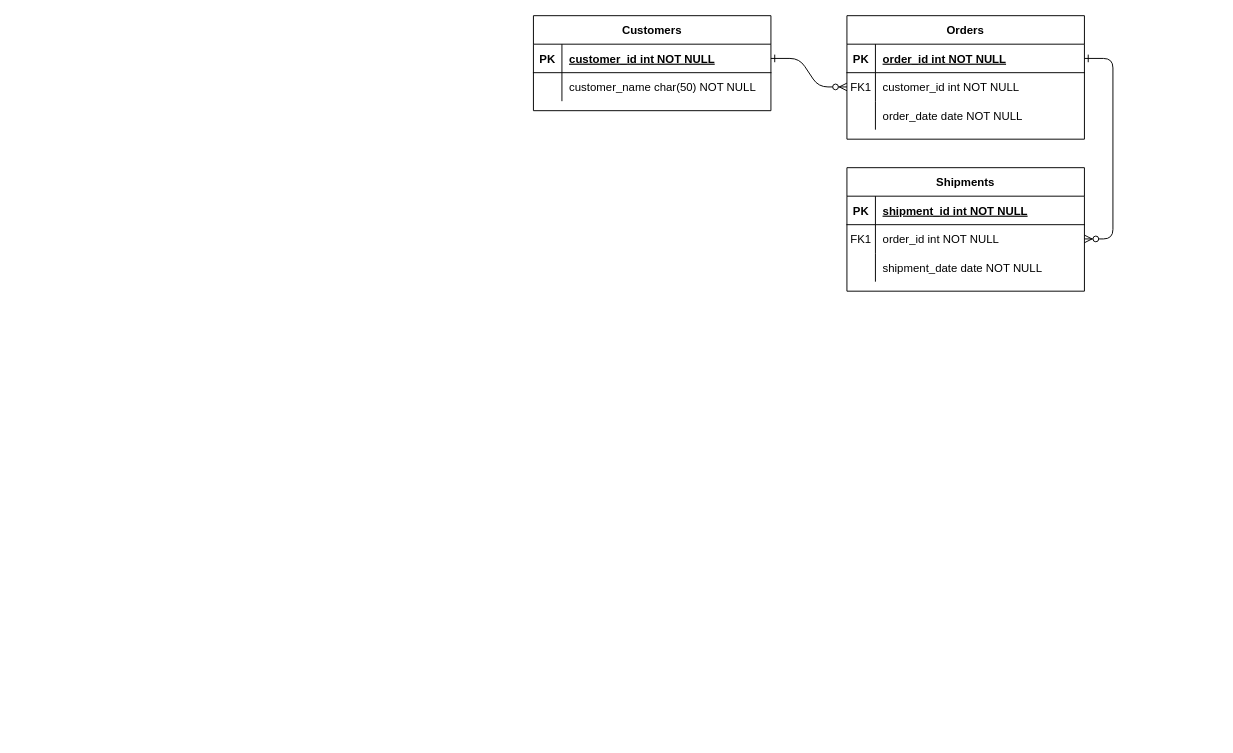
jooooooowon/database- keeps this draw.io diagram as 제목 없는 다이어그램.drawio. Above is the earlier version. Source tidied: cells renumbered, new cells numbered last; positions are measured from the earlier drawing's top-left corner, leaving out a move shared by most shapes. Both pictures are drawn from the tidied source at 95%, with x=0, y=0 at pixel (533, 15).
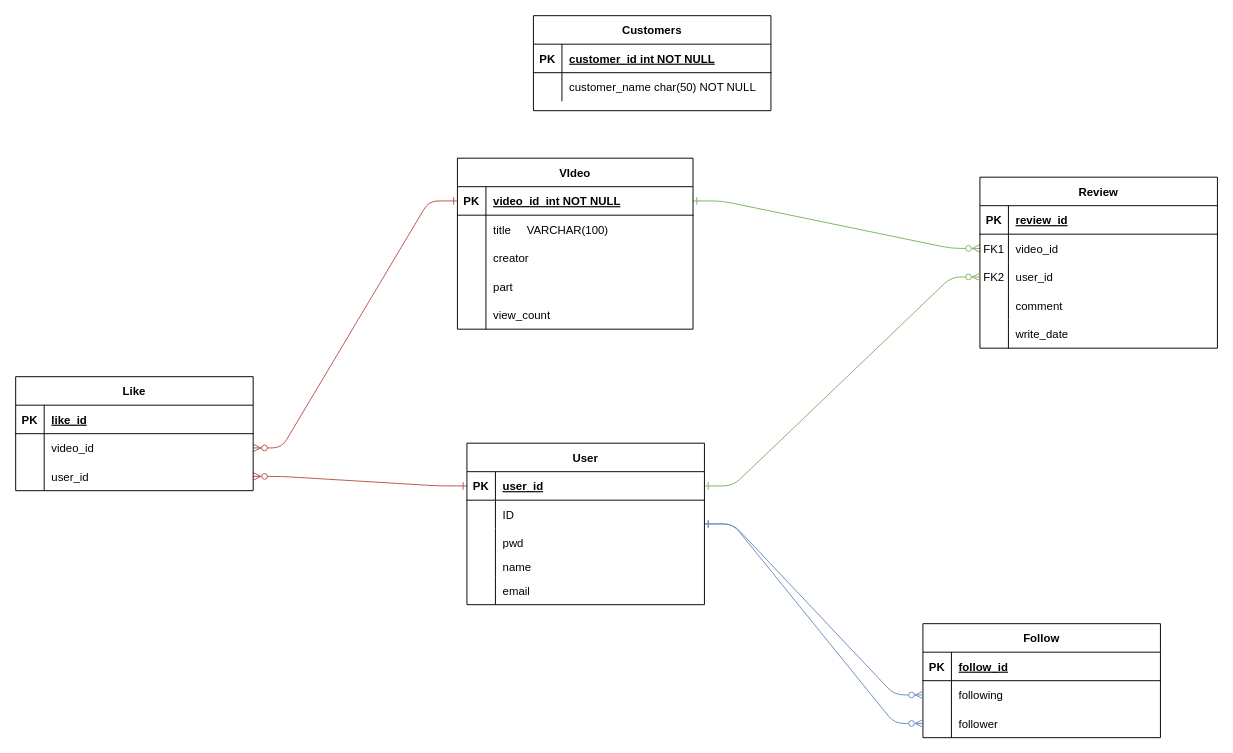
Above is the later version.

The change refers to these unchanged cells:
```xml
<mxCell id="15" style="shape=partialRectangle;fillColor=none;top=0;left=0;right=0;bottom=1;" parent="14" vertex="1">
  <mxGeometry y="30" width="250" height="30" as="geometry" />
</mxCell>
<mxCell id="18" style="shape=partialRectangle;fillColor=none;points=[[0,0.5],[1,0.5]];portConstraint=eastwest;top=0;left=0;right=0;bottom=0;" parent="14" vertex="1">
  <mxGeometry y="60" width="250" height="30" as="geometry" />
</mxCell>
<mxCell id="21" style="shape=partialRectangle;fillColor=none;points=[[0,0.5],[1,0.5]];portConstraint=eastwest;top=0;left=0;right=0;bottom=0;" parent="14" vertex="1">
  <mxGeometry y="90" width="250" height="30" as="geometry" />
</mxCell>
<mxCell id="25" style="shape=partialRectangle;fillColor=none;points=[[0,0.5],[1,0.5]];portConstraint=eastwest;top=0;left=0;right=0;bottom=1;" parent="24" vertex="1">
  <mxGeometry y="30" width="250" height="30" as="geometry" />
</mxCell>
```

What changed in the source:
```diff
@@
-    <mxCell id="2" style="edgeStyle=entityRelationEdgeStyle;endArrow=ERzeroToMany;startArrow=ERone;endFill=1;startFill=0;" parent="1" edge="1" source="25" target="8">
-      <mxGeometry relative="1" as="geometry" />
-    </mxCell>
-    <mxCell id="3" style="edgeStyle=entityRelationEdgeStyle;endArrow=ERzeroToMany;startArrow=ERone;endFill=1;startFill=0;" parent="1" edge="1" source="5" target="18">
+    <mxCell id="3" style="edgeStyle=entityRelationEdgeStyle;endArrow=ERzeroToMany;startArrow=ERone;endFill=1;startFill=0;fillColor=#d5e8d4;strokeColor=#82b366;" parent="1" edge="1" source="5" target="18">
       <mxGeometry relative="1" as="geometry" />
     </mxCell>
-    <mxCell id="4" value="Orders" style="shape=table;startSize=30;childLayout=tableLayout;rowLines=0;fontStyle=1;align=center;" parent="1" vertex="1">
-      <mxGeometry x="330" width="250" height="130" as="geometry" />
+    <mxCell id="4" value="VIdeo" style="shape=table;startSize=30;childLayout=tableLayout;rowLines=0;fontStyle=1;align=center;" parent="1" vertex="1">
+      <mxGeometry x="-80" y="150" width="248" height="180" as="geometry" />
     </mxCell>
     <mxCell id="5" style="shape=partialRectangle;fillColor=none;points=[[0,0.5],[1,0.5]];portConstraint=eastwest;top=0;left=0;right=0;bottom=1;" parent="4" vertex="1">
-      <mxGeometry y="30" width="250" height="30" as="geometry" />
+      <mxGeometry y="30" width="248" height="30" as="geometry" />
     </mxCell>
@@
-    <mxCell id="7" value="order_id int NOT NULL " style="shape=partialRectangle;overflow=hidden;fillColor=none;top=0;left=0;bottom=0;right=0;align=left;spacingLeft=6;fontStyle=5;" parent="5" vertex="1">
-      <mxGeometry x="30" width="220" height="30" as="geometry" />
+    <mxCell id="7" value="video_id  int NOT NULL" style="shape=partialRectangle;overflow=hidden;fillColor=none;top=0;left=0;bottom=0;right=0;align=left;spacingLeft=6;fontStyle=5;" parent="5" vertex="1">
+      <mxGeometry x="30" width="218" height="30" as="geometry" />
     </mxCell>
     <mxCell id="8" style="shape=partialRectangle;fillColor=none;points=[[0,0.5],[1,0.5]];portConstraint=eastwest;top=0;left=0;right=0;bottom=0;" parent="4" vertex="1">
-      <mxGeometry y="60" width="250" height="30" as="geometry" />
+      <mxGeometry y="60" width="248" height="30" as="geometry" />
     </mxCell>
-    <mxCell id="9" value="FK1" style="shape=partialRectangle;overflow=hidden;fillColor=none;top=0;left=0;bottom=0;right=0;" parent="8" vertex="1">
+    <mxCell id="9" style="shape=partialRectangle;overflow=hidden;fillColor=none;top=0;left=0;bottom=0;right=0;" parent="8" vertex="1">
       <mxGeometry width="30" height="30" as="geometry" />
     </mxCell>
-    <mxCell id="10" value="customer_id int NOT NULL" style="shape=partialRectangle;overflow=hidden;fillColor=none;top=0;left=0;bottom=0;right=0;align=left;spacingLeft=6;" parent="8" vertex="1">
-      <mxGeometry x="30" width="220" height="30" as="geometry" />
+    <mxCell id="10" value="title     VARCHAR(100)" style="shape=partialRectangle;overflow=hidden;fillColor=none;top=0;left=0;bottom=0;right=0;align=left;spacingLeft=6;" parent="8" vertex="1">
+      <mxGeometry x="30" width="218" height="30" as="geometry" />
     </mxCell>
     <mxCell id="11" style="shape=partialRectangle;fillColor=none;top=0;left=0;right=0;bottom=0;" parent="4" vertex="1">
-      <mxGeometry y="90" width="250" height="30" as="geometry" />
+      <mxGeometry y="90" width="248" height="30" as="geometry" />
     </mxCell>
@@
-    <mxCell id="13" value="order_date date NOT NULL" style="shape=partialRectangle;overflow=hidden;fillColor=none;top=0;left=0;bottom=0;right=0;align=left;spacingLeft=6;" parent="11" vertex="1">
-      <mxGeometry x="30" width="220" height="30" as="geometry" />
+    <mxCell id="13" value="creator" style="shape=partialRectangle;overflow=hidden;fillColor=none;top=0;left=0;bottom=0;right=0;align=left;spacingLeft=6;" parent="11" vertex="1">
+      <mxGeometry x="30" width="218" height="30" as="geometry" />
     </mxCell>
+    <mxCell id="31" style="shape=tableRow;horizontal=0;startSize=0;swimlaneHead=0;swimlaneBody=0;fillColor=none;top=0;left=0;right=0;bottom=0;" parent="4" vertex="1">
+      <mxGeometry y="120" width="248" height="30" as="geometry" />
+    </mxCell>
+    <mxCell id="32" style="shape=partialRectangle;fillColor=none;top=0;left=0;bottom=0;right=0;overflow=hidden;" parent="31" vertex="1">
+      <mxGeometry width="30" height="30" as="geometry" />
+    </mxCell>
+    <mxCell id="33" value="part" style="shape=partialRectangle;fillColor=none;top=0;left=0;bottom=0;right=0;align=left;spacingLeft=6;overflow=hidden;" parent="31" vertex="1">
+      <mxGeometry x="30" width="218" height="30" as="geometry" />
+    </mxCell>
+    <mxCell id="34" style="shape=tableRow;horizontal=0;startSize=0;swimlaneHead=0;swimlaneBody=0;fillColor=none;top=0;left=0;right=0;bottom=0;" parent="4" vertex="1">
+      <mxGeometry y="150" width="248" height="30" as="geometry" />
+    </mxCell>
+    <mxCell id="35" style="shape=partialRectangle;fillColor=none;top=0;left=0;bottom=0;right=0;overflow=hidden;" parent="34" vertex="1">
+      <mxGeometry width="30" height="30" as="geometry" />
+    </mxCell>
+    <mxCell id="36" value="view_count" style="shape=partialRectangle;fillColor=none;top=0;left=0;bottom=0;right=0;align=left;spacingLeft=6;overflow=hidden;" parent="34" vertex="1">
+      <mxGeometry x="30" width="218" height="30" as="geometry" />
+    </mxCell>
-    <mxCell id="14" value="Shipments" style="shape=table;startSize=30;childLayout=tableLayout;rowLines=0;fontStyle=1;align=center;" parent="1" vertex="1">
-      <mxGeometry x="330" y="160" width="250" height="130" as="geometry" />
+    <mxCell id="14" value="Review" style="shape=table;startSize=30;childLayout=tableLayout;rowLines=0;fontStyle=1;align=center;" parent="1" vertex="1">
+      <mxGeometry x="470" y="170" width="250" height="180" as="geometry" />
     </mxCell>
@@
-    <mxCell id="17" value="shipment_id int NOT NULL " style="shape=partialRectangle;overflow=hidden;fillColor=none;top=0;left=0;bottom=0;right=0;align=left;spacingLeft=6;fontStyle=5;" parent="15" vertex="1">
+    <mxCell id="17" value="review_id" style="shape=partialRectangle;overflow=hidden;fillColor=none;top=0;left=0;bottom=0;right=0;align=left;spacingLeft=6;fontStyle=5;" parent="15" vertex="1">
       <mxGeometry x="30" width="220" height="30" as="geometry" />
     </mxCell>
@@
-    <mxCell id="20" value="order_id int NOT NULL" style="shape=partialRectangle;overflow=hidden;fillColor=none;top=0;left=0;bottom=0;right=0;align=left;spacingLeft=6;" parent="18" vertex="1">
+    <mxCell id="20" value="video_id" style="shape=partialRectangle;overflow=hidden;fillColor=none;top=0;left=0;bottom=0;right=0;align=left;spacingLeft=6;" parent="18" vertex="1">
       <mxGeometry x="30" width="220" height="30" as="geometry" />
     </mxCell>
@@
-    <mxCell id="22" style="shape=partialRectangle;overflow=hidden;fillColor=none;top=0;left=0;bottom=0;right=0;" parent="21" vertex="1">
+    <mxCell id="22" value="FK2" style="shape=partialRectangle;overflow=hidden;fillColor=none;top=0;left=0;bottom=0;right=0;" parent="21" vertex="1">
       <mxGeometry width="30" height="30" as="geometry" />
     </mxCell>
-    <mxCell id="23" value="shipment_date date NOT NULL" style="shape=partialRectangle;overflow=hidden;fillColor=none;top=0;left=0;bottom=0;right=0;align=left;spacingLeft=6;" parent="21" vertex="1">
+    <mxCell id="23" value="user_id" style="shape=partialRectangle;overflow=hidden;fillColor=none;top=0;left=0;bottom=0;right=0;align=left;spacingLeft=6;" parent="21" vertex="1">
       <mxGeometry x="30" width="220" height="30" as="geometry" />
     </mxCell>
+    <mxCell id="37" style="shape=tableRow;horizontal=0;startSize=0;swimlaneHead=0;swimlaneBody=0;fillColor=none;top=0;left=0;right=0;bottom=0;" parent="14" vertex="1">
+      <mxGeometry y="120" width="250" height="30" as="geometry" />
+    </mxCell>
+    <mxCell id="38" style="shape=partialRectangle;fillColor=none;top=0;left=0;bottom=0;right=0;overflow=hidden;" parent="37" vertex="1">
+      <mxGeometry width="30" height="30" as="geometry" />
+    </mxCell>
+    <mxCell id="39" value="comment" style="shape=partialRectangle;fillColor=none;top=0;left=0;bottom=0;right=0;align=left;spacingLeft=6;overflow=hidden;" parent="37" vertex="1">
+      <mxGeometry x="30" width="220" height="30" as="geometry" />
+    </mxCell>
+    <mxCell id="40" style="shape=tableRow;horizontal=0;startSize=0;swimlaneHead=0;swimlaneBody=0;fillColor=none;top=0;left=0;right=0;bottom=0;" parent="14" vertex="1">
+      <mxGeometry y="150" width="250" height="30" as="geometry" />
+    </mxCell>
+    <mxCell id="41" style="shape=partialRectangle;fillColor=none;top=0;left=0;bottom=0;right=0;overflow=hidden;" parent="40" vertex="1">
+      <mxGeometry width="30" height="30" as="geometry" />
+    </mxCell>
+    <mxCell id="42" value="write_date" style="shape=partialRectangle;fillColor=none;top=0;left=0;bottom=0;right=0;align=left;spacingLeft=6;overflow=hidden;" parent="40" vertex="1">
+      <mxGeometry x="30" width="220" height="30" as="geometry" />
+    </mxCell>
@@
+    <mxCell id="43" style="edgeStyle=entityRelationEdgeStyle;endArrow=ERzeroToMany;startArrow=ERone;endFill=1;startFill=0;entryX=0;entryY=0.5;entryDx=0;entryDy=0;exitX=1;exitY=0.5;exitDx=0;exitDy=0;fillColor=#d5e8d4;strokeColor=#82b366;" parent="1" edge="1" source="59" target="21">
+      <mxGeometry relative="1" as="geometry" />
+    </mxCell>
+    <mxCell id="44" style="edgeStyle=entityRelationEdgeStyle;endArrow=ERzeroToMany;startArrow=ERone;endFill=1;startFill=0;exitX=0;exitY=0.5;exitDx=0;exitDy=0;fillColor=#f8cecc;strokeColor=#b85450;entryX=1;entryY=0.5;entryDx=0;entryDy=0;" parent="1" edge="1" source="59" target="81">
+      <mxGeometry relative="1" as="geometry" />
+    </mxCell>
+    <mxCell id="45" style="edgeStyle=entityRelationEdgeStyle;endArrow=ERzeroToMany;startArrow=ERone;endFill=1;startFill=0;entryX=1;entryY=0.5;entryDx=0;entryDy=0;exitX=0;exitY=0.5;exitDx=0;exitDy=0;fillColor=#f8cecc;strokeColor=#b85450;" parent="1" edge="1" source="5" target="78">
+      <mxGeometry relative="1" as="geometry" />
+    </mxCell>
+    <mxCell id="46" value="Follow" style="shape=table;startSize=30;childLayout=tableLayout;rowLines=0;fontStyle=1;align=center;" parent="1" vertex="1">
+      <mxGeometry x="410" y="640" width="250" height="120" as="geometry" />
+    </mxCell>
+    <mxCell id="47" style="shape=partialRectangle;fillColor=none;top=0;left=0;right=0;bottom=1;" parent="46" vertex="1">
+      <mxGeometry y="30" width="250" height="30" as="geometry" />
+    </mxCell>
+    <mxCell id="48" value="PK" style="shape=partialRectangle;overflow=hidden;fillColor=none;top=0;left=0;bottom=0;right=0;fontStyle=1;" parent="47" vertex="1">
+      <mxGeometry width="30" height="30" as="geometry" />
+    </mxCell>
+    <mxCell id="49" value="follow_id" style="shape=partialRectangle;overflow=hidden;fillColor=none;top=0;left=0;bottom=0;right=0;align=left;spacingLeft=6;fontStyle=5;" parent="47" vertex="1">
+      <mxGeometry x="30" width="220" height="30" as="geometry" />
+    </mxCell>
+    <mxCell id="50" style="shape=partialRectangle;fillColor=none;points=[[0,0.5],[1,0.5]];portConstraint=eastwest;top=0;left=0;right=0;bottom=0;" parent="46" vertex="1">
+      <mxGeometry y="60" width="250" height="30" as="geometry" />
+    </mxCell>
+    <mxCell id="51" style="shape=partialRectangle;overflow=hidden;fillColor=none;top=0;left=0;bottom=0;right=0;" parent="50" vertex="1">
+      <mxGeometry width="30" height="30" as="geometry" />
+    </mxCell>
+    <mxCell id="52" value="following" style="shape=partialRectangle;overflow=hidden;fillColor=none;top=0;left=0;bottom=0;right=0;align=left;spacingLeft=6;" parent="50" vertex="1">
+      <mxGeometry x="30" width="220" height="30" as="geometry" />
+    </mxCell>
+    <mxCell id="53" style="shape=partialRectangle;fillColor=none;points=[[0,0.5],[1,0.5]];portConstraint=eastwest;top=0;left=0;right=0;bottom=0;" parent="46" vertex="1">
+      <mxGeometry y="90" width="250" height="30" as="geometry" />
+    </mxCell>
+    <mxCell id="54" style="shape=partialRectangle;overflow=hidden;fillColor=none;top=0;left=0;bottom=0;right=0;" parent="53" vertex="1">
+      <mxGeometry width="30" height="30" as="geometry" />
+    </mxCell>
+    <mxCell id="55" value="follower" style="shape=partialRectangle;overflow=hidden;fillColor=none;top=0;left=0;bottom=0;right=0;align=left;spacingLeft=6;" parent="53" vertex="1">
+      <mxGeometry x="30" width="220" height="30" as="geometry" />
+    </mxCell>
+    <mxCell id="56" style="edgeStyle=entityRelationEdgeStyle;endArrow=ERzeroToMany;startArrow=ERone;endFill=1;startFill=0;entryX=0;entryY=0.5;entryDx=0;entryDy=0;fillColor=#dae8fc;strokeColor=#6c8ebf;" parent="1" edge="1" source="58" target="50">
+      <mxGeometry relative="1" as="geometry" />
+    </mxCell>
+    <mxCell id="57" style="edgeStyle=entityRelationEdgeStyle;endArrow=ERzeroToMany;startArrow=ERone;endFill=1;startFill=0;entryX=0;entryY=0.5;entryDx=0;entryDy=0;fillColor=#dae8fc;strokeColor=#6c8ebf;" parent="1" edge="1" source="58" target="53">
+      <mxGeometry relative="1" as="geometry" />
+    </mxCell>
+    <mxCell id="58" value="User" style="shape=table;startSize=30;childLayout=tableLayout;rowLines=0;fontStyle=1;align=center;" parent="1" vertex="1">
+      <mxGeometry x="-70" y="450" width="250" height="170" as="geometry" />
+    </mxCell>
+    <mxCell id="59" style="shape=partialRectangle;fillColor=none;points=[[0,0.5],[1,0.5]];portConstraint=eastwest;top=0;left=0;right=0;bottom=1;" parent="58" vertex="1">
+      <mxGeometry y="30" width="250" height="30" as="geometry" />
+    </mxCell>
+    <mxCell id="60" value="PK" style="shape=partialRectangle;overflow=hidden;fillColor=none;top=0;left=0;bottom=0;right=0;fontStyle=1;" parent="59" vertex="1">
+      <mxGeometry width="30" height="30" as="geometry" />
+    </mxCell>
+    <mxCell id="61" value="user_id" style="shape=partialRectangle;overflow=hidden;fillColor=none;top=0;left=0;bottom=0;right=0;align=left;spacingLeft=6;fontStyle=5;" parent="59" vertex="1">
+      <mxGeometry x="30" width="220" height="30" as="geometry" />
+    </mxCell>
+    <mxCell id="62" style="shape=partialRectangle;fillColor=none;top=0;left=0;right=0;bottom=0;" parent="58" vertex="1">
+      <mxGeometry y="60" width="250" height="30" as="geometry" />
+    </mxCell>
+    <mxCell id="63" style="shape=partialRectangle;overflow=hidden;fillColor=none;top=0;left=0;bottom=0;right=0;" parent="62" vertex="1">
+      <mxGeometry width="30" height="30" as="geometry" />
+    </mxCell>
+    <mxCell id="64" value="ID" style="shape=partialRectangle;overflow=hidden;fillColor=none;top=0;left=0;bottom=0;right=0;align=left;spacingLeft=6;" parent="62" vertex="1">
+      <mxGeometry x="30" width="220" height="30" as="geometry" />
+    </mxCell>
+    <mxCell id="65" style="shape=partialRectangle;fillColor=none;top=0;left=0;right=0;bottom=0;" parent="58" vertex="1">
+      <mxGeometry y="90" width="250" height="30" as="geometry" />
+    </mxCell>
+    <mxCell id="66" style="shape=partialRectangle;overflow=hidden;fillColor=none;top=0;left=0;bottom=0;right=0;" parent="65" vertex="1">
+      <mxGeometry width="30" height="30" as="geometry" />
+    </mxCell>
+    <mxCell id="67" value="pwd" style="shape=partialRectangle;overflow=hidden;fillColor=none;top=0;left=0;bottom=0;right=0;align=left;spacingLeft=6;" parent="65" vertex="1">
+      <mxGeometry x="30" width="220" height="30" as="geometry" />
+    </mxCell>
+    <mxCell id="68" style="shape=tableRow;horizontal=0;startSize=0;swimlaneHead=0;swimlaneBody=0;fillColor=none;top=0;left=0;right=0;bottom=0;" parent="58" vertex="1">
+      <mxGeometry y="120" width="250" height="20" as="geometry" />
+    </mxCell>
+    <mxCell id="69" style="shape=partialRectangle;fillColor=none;top=0;left=0;bottom=0;right=0;overflow=hidden;" parent="68" vertex="1">
+      <mxGeometry width="30" height="20" as="geometry" />
+    </mxCell>
+    <mxCell id="70" value="name" style="shape=partialRectangle;fillColor=none;top=0;left=0;bottom=0;right=0;align=left;spacingLeft=6;overflow=hidden;" parent="68" vertex="1">
+      <mxGeometry x="30" width="220" height="20" as="geometry" />
+    </mxCell>
+    <mxCell id="71" style="shape=tableRow;horizontal=0;startSize=0;swimlaneHead=0;swimlaneBody=0;fillColor=none;top=0;left=0;right=0;bottom=0;" parent="58" vertex="1">
+      <mxGeometry y="140" width="250" height="30" as="geometry" />
+    </mxCell>
+    <mxCell id="72" style="shape=partialRectangle;fillColor=none;top=0;left=0;bottom=0;right=0;overflow=hidden;" parent="71" vertex="1">
+      <mxGeometry width="30" height="30" as="geometry" />
+    </mxCell>
+    <mxCell id="73" value="email" style="shape=partialRectangle;fillColor=none;top=0;left=0;bottom=0;right=0;align=left;spacingLeft=6;overflow=hidden;" parent="71" vertex="1">
+      <mxGeometry x="30" width="220" height="30" as="geometry" />
+    </mxCell>
+    <mxCell id="74" value="Like" style="shape=table;startSize=30;childLayout=tableLayout;rowLines=0;fontStyle=1;align=center;" parent="1" vertex="1">
+      <mxGeometry x="-545" y="380" width="250" height="120" as="geometry" />
+    </mxCell>
+    <mxCell id="75" style="shape=partialRectangle;fillColor=none;top=0;left=0;right=0;bottom=1;" parent="74" vertex="1">
+      <mxGeometry y="30" width="250" height="30" as="geometry" />
+    </mxCell>
+    <mxCell id="76" value="PK" style="shape=partialRectangle;overflow=hidden;fillColor=none;top=0;left=0;bottom=0;right=0;fontStyle=1;" parent="75" vertex="1">
+      <mxGeometry width="30" height="30" as="geometry" />
+    </mxCell>
+    <mxCell id="77" value="like_id" style="shape=partialRectangle;overflow=hidden;fillColor=none;top=0;left=0;bottom=0;right=0;align=left;spacingLeft=6;fontStyle=5;" parent="75" vertex="1">
+      <mxGeometry x="30" width="220" height="30" as="geometry" />
+    </mxCell>
+    <mxCell id="78" style="shape=partialRectangle;fillColor=none;points=[[0,0.5],[1,0.5]];portConstraint=eastwest;top=0;left=0;right=0;bottom=0;" parent="74" vertex="1">
+      <mxGeometry y="60" width="250" height="30" as="geometry" />
+    </mxCell>
+    <mxCell id="79" style="shape=partialRectangle;overflow=hidden;fillColor=none;top=0;left=0;bottom=0;right=0;" parent="78" vertex="1">
+      <mxGeometry width="30" height="30" as="geometry" />
+    </mxCell>
+    <mxCell id="80" value="video_id" style="shape=partialRectangle;overflow=hidden;fillColor=none;top=0;left=0;bottom=0;right=0;align=left;spacingLeft=6;" parent="78" vertex="1">
+      <mxGeometry x="30" width="220" height="30" as="geometry" />
+    </mxCell>
+    <mxCell id="81" style="shape=partialRectangle;fillColor=none;points=[[0,0.5],[1,0.5]];portConstraint=eastwest;top=0;left=0;right=0;bottom=0;" parent="74" vertex="1">
+      <mxGeometry y="90" width="250" height="30" as="geometry" />
+    </mxCell>
+    <mxCell id="82" style="shape=partialRectangle;overflow=hidden;fillColor=none;top=0;left=0;bottom=0;right=0;" parent="81" vertex="1">
+      <mxGeometry width="30" height="30" as="geometry" />
+    </mxCell>
+    <mxCell id="83" value="user_id" style="shape=partialRectangle;overflow=hidden;fillColor=none;top=0;left=0;bottom=0;right=0;align=left;spacingLeft=6;" parent="81" vertex="1">
+      <mxGeometry x="30" width="220" height="30" as="geometry" />
+    </mxCell>
```
